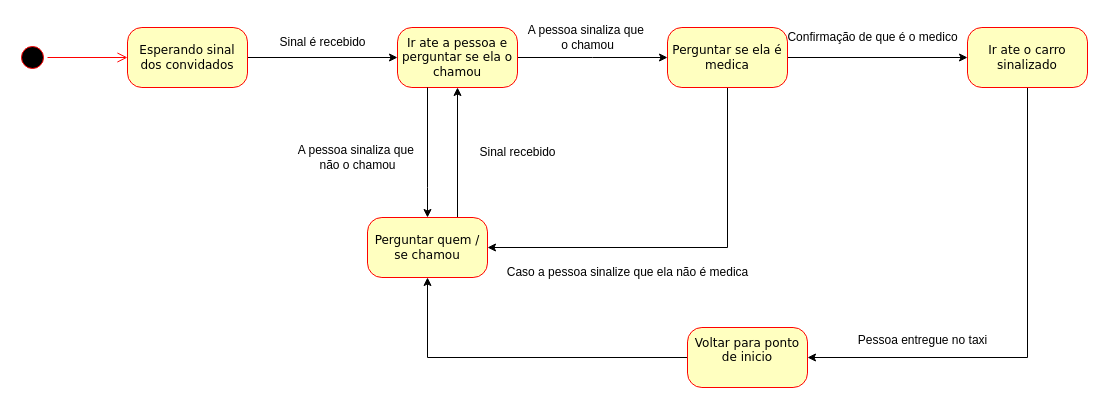
Above: Untitled Diagram.drawio in ArtOliRib/LP1_Lista_2 (draw.io), before the change. Source tidied: cells renumbered, new cells numbered last; positions are measured from the earlier drawing's top-left corner, leaving out a move shared by most shapes. Both pictures are drawn from the tidied source at 100%, with x=0, y=0 at pixel (17, 17).
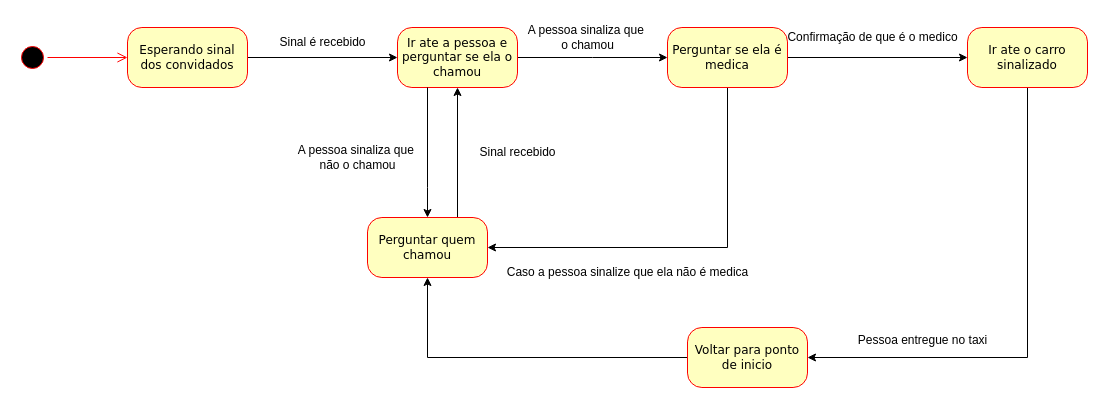
The same page after the edit.

The edit, as a diff of the source:
```diff
@@
-    <mxCell id="17" value="&lt;div&gt;Perguntar quem / se chamou&lt;/div&gt;" style="rounded=1;whiteSpace=wrap;html=1;arcSize=24;fillColor=#ffffc0;strokeColor=#ff0000;shadow=0;comic=0;labelBackgroundColor=none;fontFamily=Verdana;fontSize=12;fontColor=#000000;align=center;" parent="1" vertex="1">
+    <mxCell id="17" value="&lt;div&gt;Perguntar quem chamou&lt;/div&gt;" style="rounded=1;whiteSpace=wrap;html=1;arcSize=24;fillColor=#ffffc0;strokeColor=#ff0000;shadow=0;comic=0;labelBackgroundColor=none;fontFamily=Verdana;fontSize=12;fontColor=#000000;align=center;" parent="1" vertex="1">
       <mxGeometry x="350" y="200" width="120" height="60" as="geometry" />
     </mxCell>
@@
-    <mxCell id="23" value="&lt;div&gt;Voltar para ponto de inicio&lt;/div&gt;&lt;div&gt;&lt;br&gt;&lt;/div&gt;" style="rounded=1;whiteSpace=wrap;html=1;arcSize=24;fillColor=#ffffc0;strokeColor=#ff0000;shadow=0;comic=0;labelBackgroundColor=none;fontFamily=Verdana;fontSize=12;fontColor=#000000;align=center;" parent="1" vertex="1">
+    <mxCell id="23" value="&lt;div&gt;Voltar para ponto de inicio&lt;/div&gt;" style="rounded=1;whiteSpace=wrap;html=1;arcSize=24;fillColor=#ffffc0;strokeColor=#ff0000;shadow=0;comic=0;labelBackgroundColor=none;fontFamily=Verdana;fontSize=12;fontColor=#000000;align=center;" parent="1" vertex="1">
       <mxGeometry x="670" y="310" width="120" height="60" as="geometry" />
     </mxCell>
```
